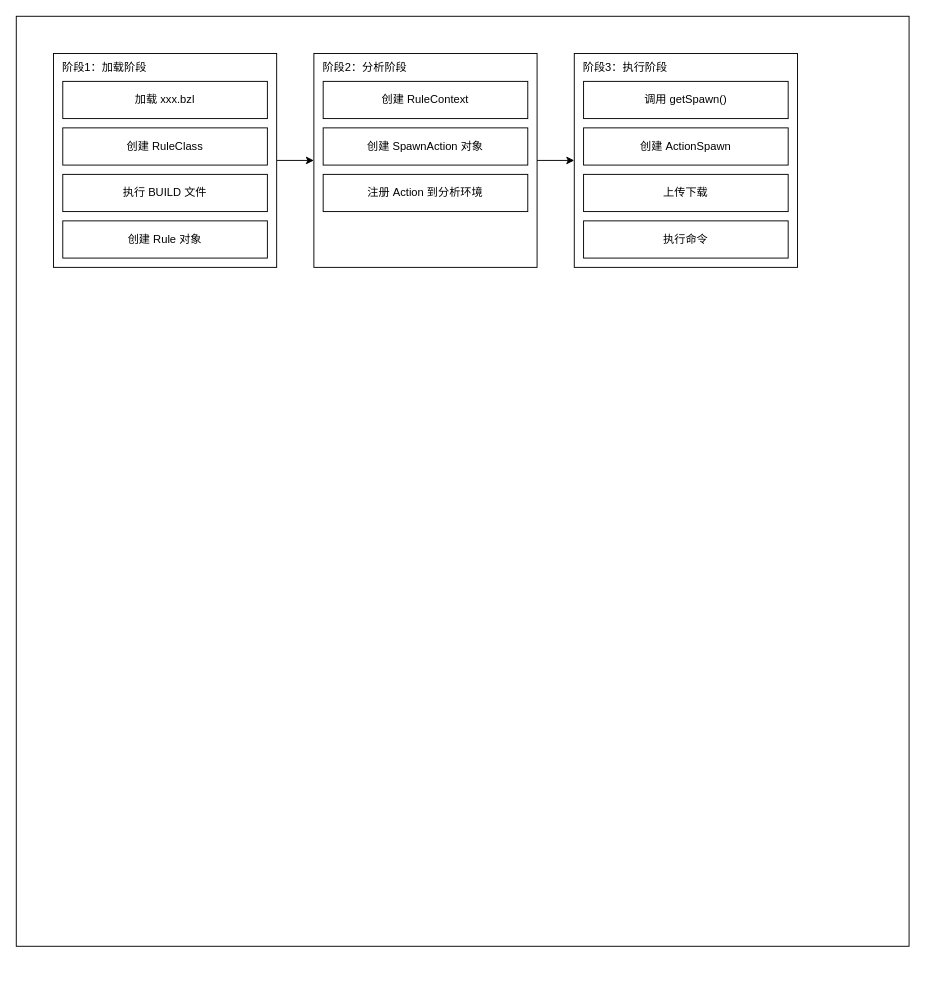
leonardxc/resource keeps this draw.io diagram as chart/bazelrule.drawio. Above is the earlier version. Source tidied: cells renumbered, new cells numbered last; positions are measured from the earlier drawing's top-left corner, leaving out a move shared by most shapes. Both pictures are drawn from the tidied source at 93%, with x=0, y=0 at pixel (16, 16).
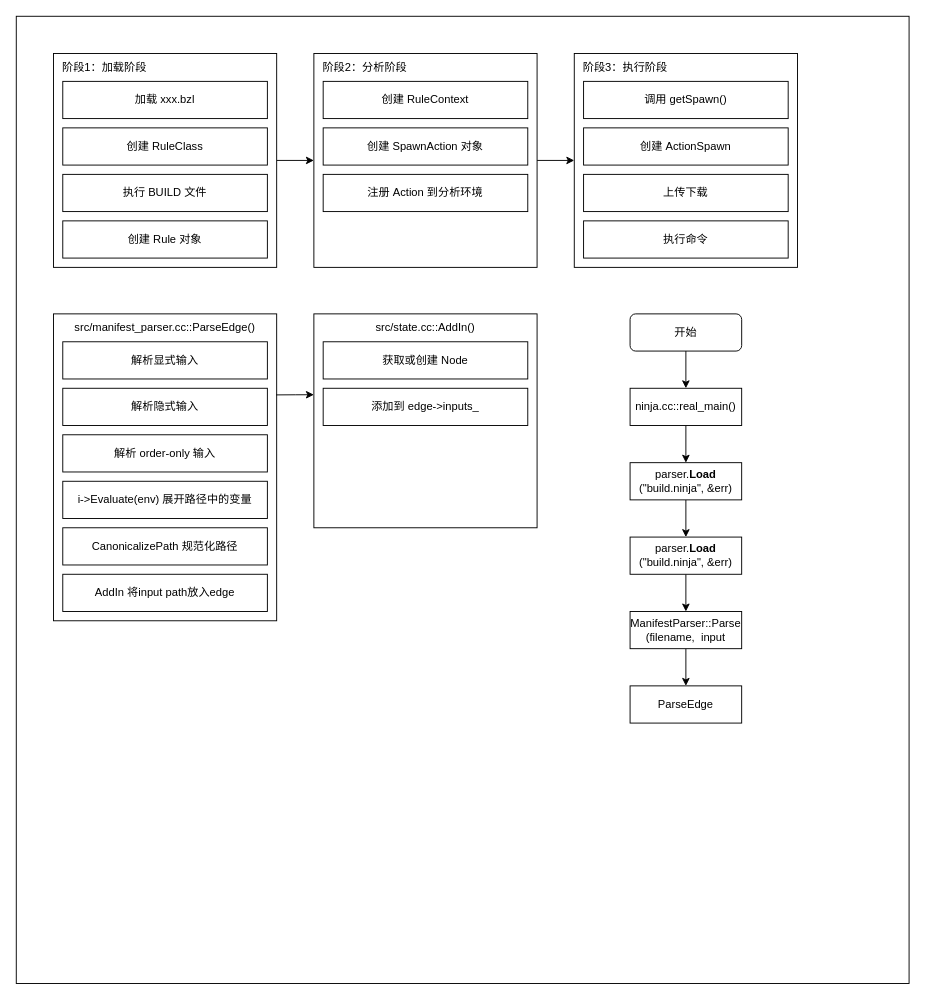
The same page after the edit.

Change to the diagram source:
```diff
@@
     <mxCell id="2" style="rounded=0;whiteSpace=wrap;html=1;" parent="1" vertex="1">
-      <mxGeometry width="960" height="1000" as="geometry" />
+      <mxGeometry width="960" height="1040" as="geometry" />
     </mxCell>
@@
+    <mxCell id="22" style="rounded=0;whiteSpace=wrap;html=1;" parent="1" vertex="1">
+      <mxGeometry x="40" y="320" width="240" height="330" as="geometry" />
+    </mxCell>
+    <mxCell id="23" value="src/manifest_parser.cc::ParseEdge()" style="text;html=1;whiteSpace=wrap;strokeColor=none;fillColor=none;align=center;verticalAlign=middle;rounded=0;" parent="1" vertex="1">
+      <mxGeometry x="40" y="320" width="240" height="30" as="geometry" />
+    </mxCell>
+    <mxCell id="24" value="解析显式输入" style="rounded=0;whiteSpace=wrap;html=1;" parent="1" vertex="1">
+      <mxGeometry x="50" y="350" width="220" height="40" as="geometry" />
+    </mxCell>
+    <mxCell id="25" value="解析隐式输入" style="rounded=0;whiteSpace=wrap;html=1;" parent="1" vertex="1">
+      <mxGeometry x="50" y="400" width="220" height="40" as="geometry" />
+    </mxCell>
+    <mxCell id="26" value="解析 order-only 输入" style="rounded=0;whiteSpace=wrap;html=1;" parent="1" vertex="1">
+      <mxGeometry x="50" y="450" width="220" height="40" as="geometry" />
+    </mxCell>
+    <mxCell id="27" value="i-&amp;gt;Evaluate(env) 展开路径中的变量" style="rounded=0;whiteSpace=wrap;html=1;" parent="1" vertex="1">
+      <mxGeometry x="50" y="500" width="220" height="40" as="geometry" />
+    </mxCell>
+    <mxCell id="28" style="rounded=0;whiteSpace=wrap;html=1;" parent="1" vertex="1">
+      <mxGeometry x="320" y="320" width="240" height="230" as="geometry" />
+    </mxCell>
+    <mxCell id="29" value="src/state.cc::AddIn()" style="text;html=1;align=center;verticalAlign=middle;whiteSpace=wrap;rounded=0;" parent="1" vertex="1">
+      <mxGeometry x="320" y="320" width="240" height="30" as="geometry" />
+    </mxCell>
+    <mxCell id="30" value="获取或创建 Node" style="rounded=0;whiteSpace=wrap;html=1;" parent="1" vertex="1">
+      <mxGeometry x="330" y="350" width="220" height="40" as="geometry" />
+    </mxCell>
+    <mxCell id="31" value="添加到 edge-&amp;gt;inputs_" style="rounded=0;whiteSpace=wrap;html=1;" parent="1" vertex="1">
+      <mxGeometry x="330" y="400" width="220" height="40" as="geometry" />
+    </mxCell>
+    <mxCell id="32" value="CanonicalizePath 规范化路径" style="rounded=0;whiteSpace=wrap;html=1;" parent="1" vertex="1">
+      <mxGeometry x="50" y="550" width="220" height="40" as="geometry" />
+    </mxCell>
+    <mxCell id="33" value="AddIn 将input path放入edge" style="rounded=0;whiteSpace=wrap;html=1;" parent="1" vertex="1">
+      <mxGeometry x="50" y="600" width="220" height="40" as="geometry" />
+    </mxCell>
+    <mxCell id="34" style="endArrow=classic;html=1;rounded=0;exitX=0.998;exitY=0.264;exitDx=0;exitDy=0;exitPerimeter=0;entryX=0;entryY=0.378;entryDx=0;entryDy=0;entryPerimeter=0;" parent="1" edge="1" source="22" target="28">
+      <mxGeometry relative="1" as="geometry">
+        <Array as="points">
+          <mxPoint x="300" y="407" />
+        </Array>
+      </mxGeometry>
+    </mxCell>
+    <mxCell id="35" style="edgeStyle=orthogonalEdgeStyle;rounded=0;jettySize=auto;html=1;entryX=0.5;entryY=0;entryDx=0;entryDy=0;" parent="1" edge="1" source="36" target="40">
+      <mxGeometry relative="1" as="geometry" />
+    </mxCell>
+    <mxCell id="36" value="ninja.cc::real_main()" style="rounded=0;whiteSpace=wrap;html=1;" parent="1" vertex="1">
+      <mxGeometry x="660" y="400" width="120" height="40" as="geometry" />
+    </mxCell>
+    <mxCell id="37" style="edgeStyle=orthogonalEdgeStyle;rounded=0;jettySize=auto;html=1;entryX=0.5;entryY=0;entryDx=0;entryDy=0;" parent="1" edge="1" source="38" target="36">
+      <mxGeometry relative="1" as="geometry" />
+    </mxCell>
+    <mxCell id="38" value="开始" style="rounded=1;whiteSpace=wrap;html=1;" parent="1" vertex="1">
+      <mxGeometry x="660" y="320" width="120" height="40" as="geometry" />
+    </mxCell>
+    <mxCell id="39" style="edgeStyle=orthogonalEdgeStyle;rounded=0;jettySize=auto;html=1;entryX=0.5;entryY=0;entryDx=0;entryDy=0;" parent="1" edge="1" source="40" target="42">
+      <mxGeometry relative="1" as="geometry" />
+    </mxCell>
+    <mxCell id="40" value="parser.&lt;b&gt;Load&lt;/b&gt;&lt;div&gt;(&quot;build.ninja&quot;, &amp;amp;err)&lt;/div&gt;" style="rounded=0;whiteSpace=wrap;html=1;" parent="1" vertex="1">
+      <mxGeometry x="660" y="480" width="120" height="40" as="geometry" />
+    </mxCell>
+    <mxCell id="41" style="edgeStyle=orthogonalEdgeStyle;rounded=0;jettySize=auto;html=1;" parent="1" edge="1" source="42" target="44">
+      <mxGeometry relative="1" as="geometry" />
+    </mxCell>
+    <mxCell id="42" value="parser.&lt;b&gt;Load&lt;/b&gt;&lt;div&gt;(&quot;build.ninja&quot;, &amp;amp;err)&lt;/div&gt;" style="rounded=0;whiteSpace=wrap;html=1;" parent="1" vertex="1">
+      <mxGeometry x="660" y="560" width="120" height="40" as="geometry" />
+    </mxCell>
+    <mxCell id="43" style="edgeStyle=orthogonalEdgeStyle;rounded=0;jettySize=auto;html=1;entryX=0.5;entryY=0;entryDx=0;entryDy=0;" parent="1" edge="1" source="44" target="45">
+      <mxGeometry relative="1" as="geometry" />
+    </mxCell>
+    <mxCell id="44" value="&lt;div&gt;ManifestParser::Parse&lt;/div&gt;&lt;div&gt;(filename,&amp;nbsp; input&lt;/div&gt;" style="rounded=0;whiteSpace=wrap;html=1;" parent="1" vertex="1">
+      <mxGeometry x="660" y="640" width="120" height="40" as="geometry" />
+    </mxCell>
+    <mxCell id="45" value="ParseEdge" style="rounded=0;whiteSpace=wrap;html=1;" parent="1" vertex="1">
+      <mxGeometry x="660" y="720" width="120" height="40" as="geometry" />
+    </mxCell>
```
